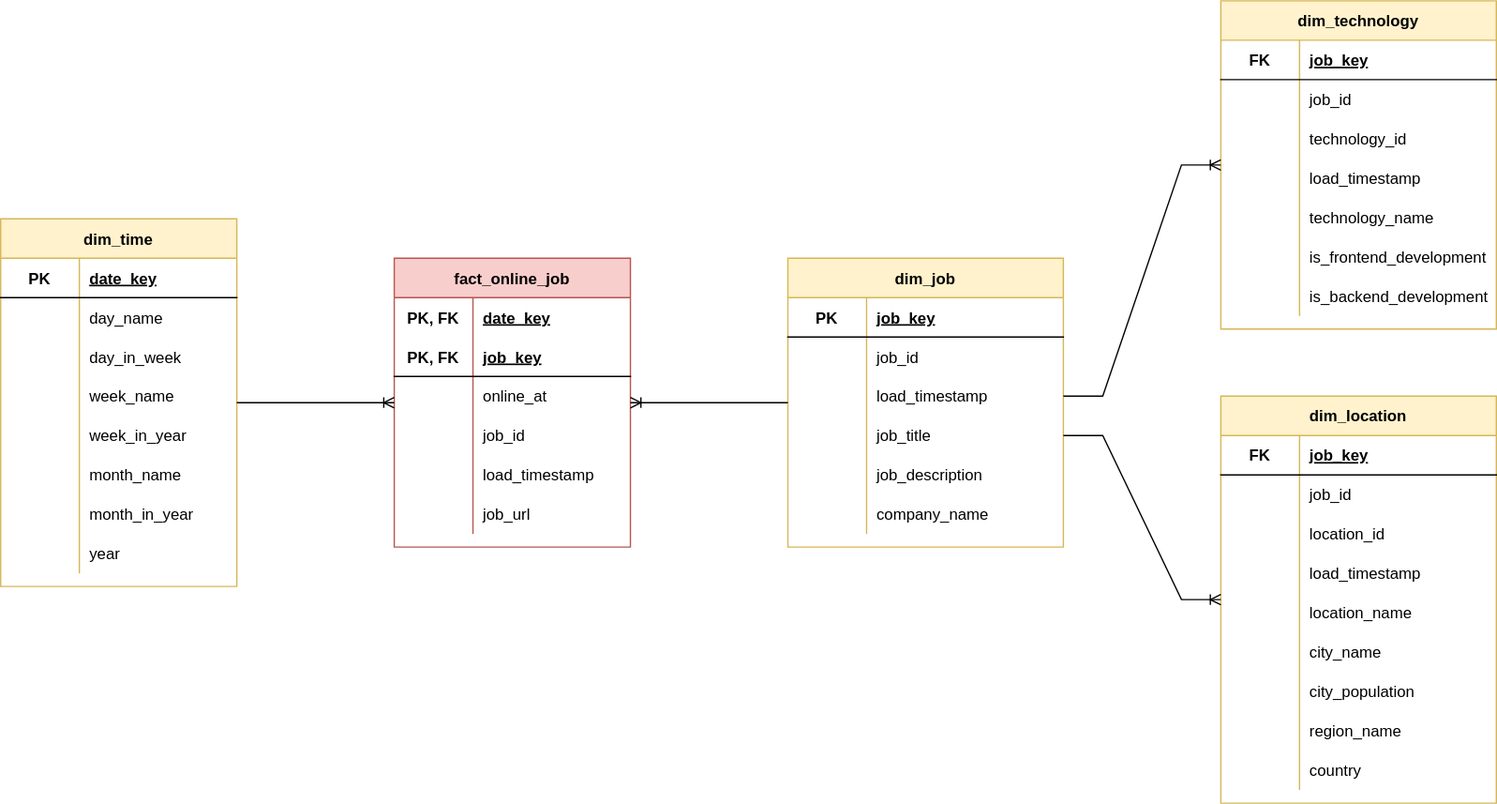
Above: doc/mart-model.drawio.svg in petracarrion/job-market-analytics (draw.io), before the change. Source tidied: cells renumbered, new cells last; positions are measured from the earlier drawing's top-left corner, leaving out a move shared by most shapes.
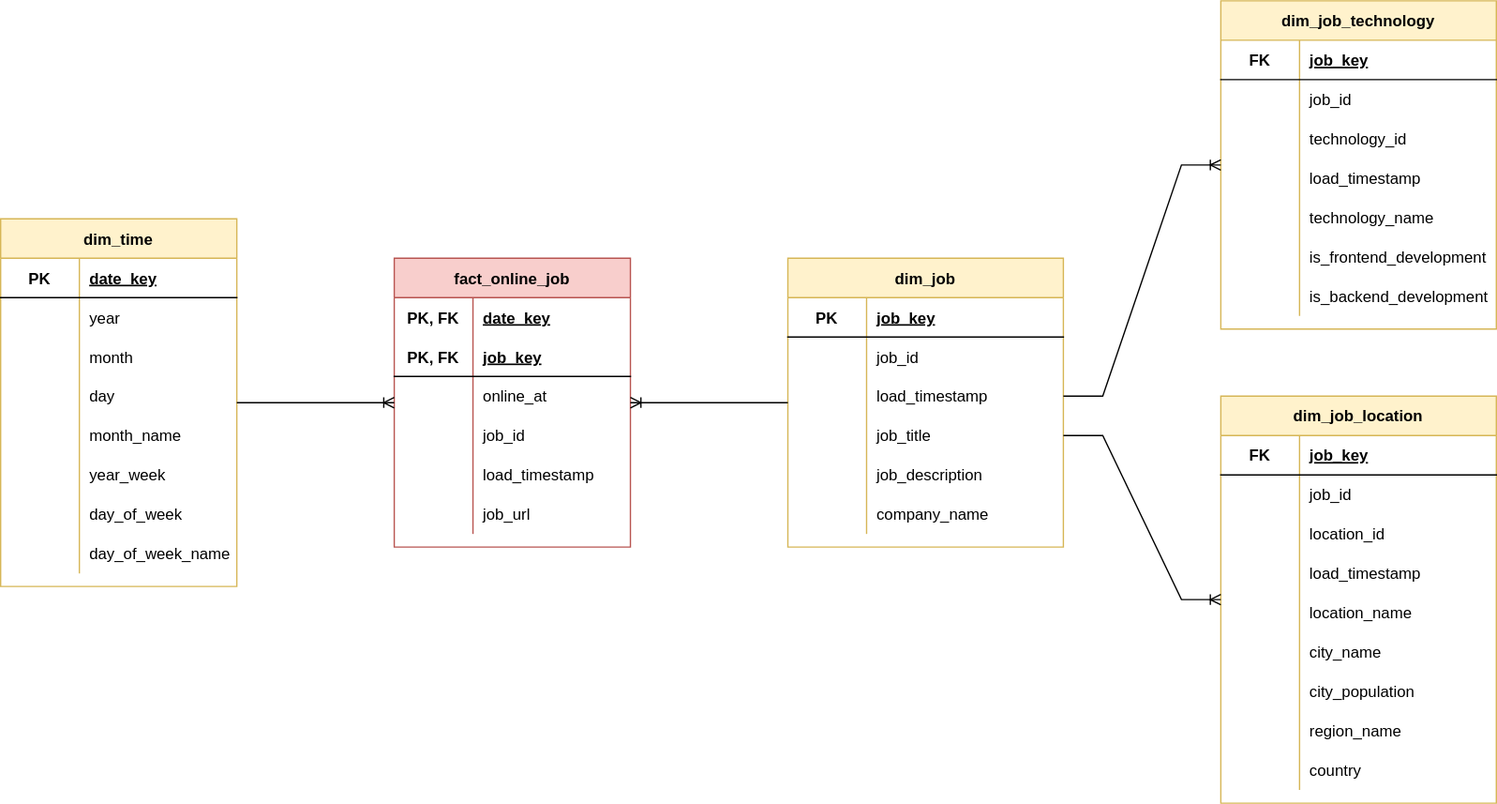
After the change.

Change to the diagram source:
```diff
@@ -21,7 +21,7 @@
     <mxCell id="8" style="shape=partialRectangle;fillColor=none;top=0;left=0;bottom=0;right=0;overflow=hidden;" parent="7" vertex="1">
       <mxGeometry width="60" height="30" as="geometry" />
     </mxCell>
-    <mxCell id="9" value="day_name" style="shape=partialRectangle;fillColor=none;top=0;left=0;bottom=0;right=0;align=left;spacingLeft=6;overflow=hidden;" parent="7" vertex="1">
+    <mxCell id="9" value="year" style="shape=partialRectangle;fillColor=none;top=0;left=0;bottom=0;right=0;align=left;spacingLeft=6;overflow=hidden;" parent="7" vertex="1">
       <mxGeometry x="60" width="120" height="30" as="geometry" />
     </mxCell>
     <mxCell id="10" style="shape=tableRow;horizontal=0;startSize=0;swimlaneHead=0;swimlaneBody=0;fillColor=none;top=0;left=0;right=0;bottom=0;" parent="3" vertex="1">
@@ -30,7 +30,7 @@
     <mxCell id="11" style="shape=partialRectangle;fillColor=none;top=0;left=0;bottom=0;right=0;overflow=hidden;" parent="10" vertex="1">
       <mxGeometry width="60" height="30" as="geometry" />
     </mxCell>
-    <mxCell id="12" value="day_in_week" style="shape=partialRectangle;fillColor=none;top=0;left=0;bottom=0;right=0;align=left;spacingLeft=6;overflow=hidden;" parent="10" vertex="1">
+    <mxCell id="12" value="month" style="shape=partialRectangle;fillColor=none;top=0;left=0;bottom=0;right=0;align=left;spacingLeft=6;overflow=hidden;" parent="10" vertex="1">
       <mxGeometry x="60" width="120" height="30" as="geometry" />
     </mxCell>
     <mxCell id="13" style="shape=tableRow;horizontal=0;startSize=0;swimlaneHead=0;swimlaneBody=0;fillColor=none;top=0;left=0;right=0;bottom=0;" parent="3" vertex="1">
@@ -39,7 +39,7 @@
     <mxCell id="14" style="shape=partialRectangle;fillColor=none;top=0;left=0;bottom=0;right=0;overflow=hidden;" parent="13" vertex="1">
       <mxGeometry width="60" height="30" as="geometry" />
     </mxCell>
-    <mxCell id="15" value="week_name" style="shape=partialRectangle;fillColor=none;top=0;left=0;bottom=0;right=0;align=left;spacingLeft=6;overflow=hidden;" parent="13" vertex="1">
+    <mxCell id="15" value="day" style="shape=partialRectangle;fillColor=none;top=0;left=0;bottom=0;right=0;align=left;spacingLeft=6;overflow=hidden;" parent="13" vertex="1">
       <mxGeometry x="60" width="120" height="30" as="geometry" />
     </mxCell>
     <mxCell id="16" style="shape=tableRow;horizontal=0;startSize=0;swimlaneHead=0;swimlaneBody=0;fillColor=none;top=0;left=0;right=0;bottom=0;" parent="3" vertex="1">
@@ -48,7 +48,7 @@
     <mxCell id="17" style="shape=partialRectangle;fillColor=none;top=0;left=0;bottom=0;right=0;overflow=hidden;" parent="16" vertex="1">
       <mxGeometry width="60" height="30" as="geometry" />
     </mxCell>
-    <mxCell id="18" value="week_in_year" style="shape=partialRectangle;fillColor=none;top=0;left=0;bottom=0;right=0;align=left;spacingLeft=6;overflow=hidden;" parent="16" vertex="1">
+    <mxCell id="18" value="month_name" style="shape=partialRectangle;fillColor=none;top=0;left=0;bottom=0;right=0;align=left;spacingLeft=6;overflow=hidden;" parent="16" vertex="1">
       <mxGeometry x="60" width="120" height="30" as="geometry" />
     </mxCell>
     <mxCell id="19" style="shape=tableRow;horizontal=0;startSize=0;swimlaneHead=0;swimlaneBody=0;fillColor=none;top=0;left=0;right=0;bottom=0;" parent="3" vertex="1">
@@ -57,7 +57,7 @@
     <mxCell id="20" style="shape=partialRectangle;fillColor=none;top=0;left=0;bottom=0;right=0;overflow=hidden;" parent="19" vertex="1">
       <mxGeometry width="60" height="30" as="geometry" />
     </mxCell>
-    <mxCell id="21" value="month_name" style="shape=partialRectangle;fillColor=none;top=0;left=0;bottom=0;right=0;align=left;spacingLeft=6;overflow=hidden;" parent="19" vertex="1">
+    <mxCell id="21" value="year_week" style="shape=partialRectangle;fillColor=none;top=0;left=0;bottom=0;right=0;align=left;spacingLeft=6;overflow=hidden;" parent="19" vertex="1">
       <mxGeometry x="60" width="120" height="30" as="geometry" />
     </mxCell>
     <mxCell id="22" style="shape=tableRow;horizontal=0;startSize=0;swimlaneHead=0;swimlaneBody=0;fillColor=none;top=0;left=0;right=0;bottom=0;" parent="3" vertex="1">
@@ -66,7 +66,7 @@
     <mxCell id="23" style="shape=partialRectangle;fillColor=none;top=0;left=0;bottom=0;right=0;overflow=hidden;" parent="22" vertex="1">
       <mxGeometry width="60" height="30" as="geometry" />
     </mxCell>
-    <mxCell id="24" value="month_in_year" style="shape=partialRectangle;fillColor=none;top=0;left=0;bottom=0;right=0;align=left;spacingLeft=6;overflow=hidden;" parent="22" vertex="1">
+    <mxCell id="24" value="day_of_week" style="shape=partialRectangle;fillColor=none;top=0;left=0;bottom=0;right=0;align=left;spacingLeft=6;overflow=hidden;" parent="22" vertex="1">
       <mxGeometry x="60" width="120" height="30" as="geometry" />
     </mxCell>
     <mxCell id="25" style="shape=tableRow;horizontal=0;startSize=0;swimlaneHead=0;swimlaneBody=0;fillColor=none;top=0;left=0;right=0;bottom=0;" parent="3" vertex="1">
@@ -75,7 +75,7 @@
     <mxCell id="26" style="shape=partialRectangle;fillColor=none;top=0;left=0;bottom=0;right=0;overflow=hidden;" parent="25" vertex="1">
       <mxGeometry width="60" height="30" as="geometry" />
     </mxCell>
-    <mxCell id="27" value="year" style="shape=partialRectangle;fillColor=none;top=0;left=0;bottom=0;right=0;align=left;spacingLeft=6;overflow=hidden;" parent="25" vertex="1">
+    <mxCell id="27" value="day_of_week_name" style="shape=partialRectangle;fillColor=none;top=0;left=0;bottom=0;right=0;align=left;spacingLeft=6;overflow=hidden;" parent="25" vertex="1">
       <mxGeometry x="60" width="120" height="30" as="geometry" />
     </mxCell>
     <mxCell id="28" value="fact_online_job" style="shape=table;startSize=30;rowLines=0;fontStyle=1;align=center;fillColor=#f8cecc;strokeColor=#b85450;" parent="2" vertex="1">
@@ -192,7 +192,7 @@
     <mxCell id="65" value="company_name" style="shape=partialRectangle;fillColor=none;top=0;left=0;bottom=0;right=0;align=left;spacingLeft=6;overflow=hidden;" parent="63" vertex="1">
       <mxGeometry x="60" width="150" height="30" as="geometry" />
     </mxCell>
-    <mxCell id="66" value="dim_location" style="shape=table;startSize=30;rowLines=0;fontStyle=1;align=center;fillColor=#fff2cc;strokeColor=#d6b656;" parent="2" vertex="1">
+    <mxCell id="66" value="dim_job_location" style="shape=table;startSize=30;rowLines=0;fontStyle=1;align=center;fillColor=#fff2cc;strokeColor=#d6b656;" parent="2" vertex="1">
       <mxGeometry x="930" y="301" width="210" height="310" as="geometry" />
     </mxCell>
     <mxCell id="67" style="shape=tableRow;horizontal=0;startSize=0;swimlaneHead=0;swimlaneBody=0;fillColor=none;top=0;left=0;right=0;bottom=1;" parent="66" vertex="1">
@@ -276,7 +276,7 @@
     <mxCell id="93" value="country" style="shape=partialRectangle;fillColor=none;top=0;left=0;bottom=0;right=0;align=left;spacingLeft=6;overflow=hidden;" parent="91" vertex="1">
       <mxGeometry x="60" width="150" height="30" as="geometry" />
     </mxCell>
-    <mxCell id="94" value="dim_technology" style="shape=table;startSize=30;rowLines=0;fontStyle=1;align=center;fillColor=#fff2cc;strokeColor=#d6b656;" parent="2" vertex="1">
+    <mxCell id="94" value="dim_job_technology" style="shape=table;startSize=30;rowLines=0;fontStyle=1;align=center;fillColor=#fff2cc;strokeColor=#d6b656;" parent="2" vertex="1">
       <mxGeometry x="930" width="210" height="250" as="geometry" />
     </mxCell>
     <mxCell id="95" style="shape=tableRow;horizontal=0;startSize=0;swimlaneHead=0;swimlaneBody=0;fillColor=none;top=0;left=0;right=0;bottom=1;" parent="94" vertex="1">
```
